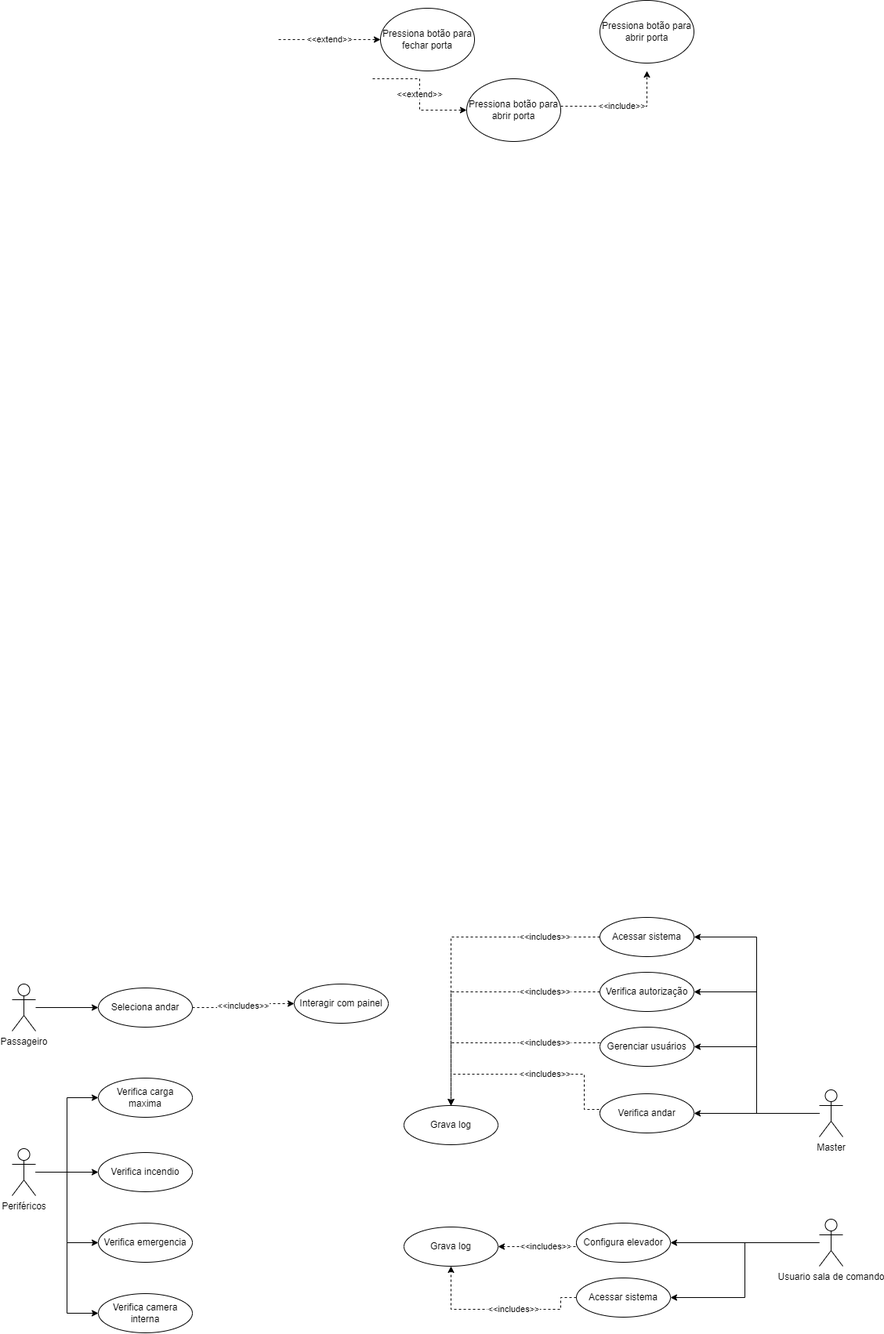
Before: diagramaElevador.drawio.png, a diagram exported from draw.io (EnzoPellegrini/ElevadorProject). Source tidied: cells renumbered, new cells last; positions are measured from the earlier drawing's top-left corner, leaving out a move shared by most shapes. Source of this version:
```xml
<mxGraphModel>
  <root>
    <mxCell id="0" />
    <mxCell id="1" parent="0" />
    <mxCell id="2" style="edgeStyle=orthogonalEdgeStyle;rounded=0;jettySize=auto;html=1;entryX=0;entryY=0.5;entryDx=0;entryDy=0;" parent="1" edge="1" target="15">
      <mxGeometry relative="1" as="geometry">
        <mxPoint x="30" y="1285" as="sourcePoint" />
      </mxGeometry>
    </mxCell>
    <mxCell id="3" value="Passageiro" style="shape=umlActor;verticalLabelPosition=bottom;verticalAlign=top;html=1;" parent="1" vertex="1">
      <mxGeometry y="1255" width="30" height="60" as="geometry" />
    </mxCell>
    <mxCell id="4" value="&amp;lt;&amp;lt;extend&amp;gt;&amp;gt;" style="edgeStyle=orthogonalEdgeStyle;rounded=0;jettySize=auto;html=1;entryX=0;entryY=0.5;entryDx=0;entryDy=0;dashed=1;" parent="1" edge="1" target="5">
      <mxGeometry relative="1" as="geometry">
        <mxPoint x="340" y="50" as="sourcePoint" />
      </mxGeometry>
    </mxCell>
    <mxCell id="5" value="Pressiona botão para fechar porta" style="ellipse;whiteSpace=wrap;html=1;" parent="1" vertex="1">
      <mxGeometry x="470" y="10" width="120" height="80" as="geometry" />
    </mxCell>
    <mxCell id="6" value="Pressiona botão para abrir porta" style="ellipse;whiteSpace=wrap;html=1;" parent="1" vertex="1">
      <mxGeometry x="580" y="100" width="120" height="80" as="geometry" />
    </mxCell>
    <mxCell id="7" value="&amp;lt;&amp;lt;extend&amp;gt;&amp;gt;" style="edgeStyle=orthogonalEdgeStyle;rounded=0;jettySize=auto;html=1;entryX=0;entryY=0.5;entryDx=0;entryDy=0;dashed=1;" parent="1" edge="1" target="6">
      <mxGeometry relative="1" as="geometry">
        <mxPoint x="460" y="100" as="sourcePoint" />
      </mxGeometry>
    </mxCell>
    <mxCell id="8" value="&amp;lt;&amp;lt;include&amp;gt;&amp;gt;" style="edgeStyle=orthogonalEdgeStyle;rounded=0;orthogonalLoop=1;jettySize=auto;html=1;entryX=0;entryY=0.5;entryDx=0;entryDy=0;exitX=1;exitY=0.5;exitDx=0;exitDy=0;dashed=1;" parent="1" edge="1">
      <mxGeometry relative="1" as="geometry">
        <mxPoint x="700" y="135" as="sourcePoint" />
        <mxPoint x="810" y="90" as="targetPoint" />
      </mxGeometry>
    </mxCell>
    <mxCell id="9" value="Pressiona botão para abrir porta" style="ellipse;whiteSpace=wrap;html=1;" parent="1" vertex="1">
      <mxGeometry x="750" width="120" height="80" as="geometry" />
    </mxCell>
    <mxCell id="10" style="edgeStyle=orthogonalEdgeStyle;shape=connector;rounded=0;jettySize=auto;html=1;entryX=1;entryY=0.5;entryDx=0;entryDy=0;labelBackgroundColor=default;strokeColor=default;fontFamily=Helvetica;fontSize=11;fontColor=default;endArrow=classic;" parent="1" edge="1" source="14" target="16">
      <mxGeometry relative="1" as="geometry" />
    </mxCell>
    <mxCell id="11" style="edgeStyle=orthogonalEdgeStyle;shape=connector;rounded=0;jettySize=auto;html=1;entryX=1;entryY=0.5;entryDx=0;entryDy=0;labelBackgroundColor=default;strokeColor=default;fontFamily=Helvetica;fontSize=11;fontColor=default;endArrow=classic;" parent="1" edge="1" source="14" target="21">
      <mxGeometry relative="1" as="geometry" />
    </mxCell>
    <mxCell id="12" style="edgeStyle=orthogonalEdgeStyle;shape=connector;rounded=0;jettySize=auto;html=1;entryX=1;entryY=0.5;entryDx=0;entryDy=0;labelBackgroundColor=default;strokeColor=default;fontFamily=Helvetica;fontSize=11;fontColor=default;endArrow=classic;" parent="1" edge="1" source="14" target="26">
      <mxGeometry relative="1" as="geometry" />
    </mxCell>
    <mxCell id="13" style="edgeStyle=orthogonalEdgeStyle;rounded=0;jettySize=auto;html=1;entryX=1;entryY=0.5;entryDx=0;entryDy=0;" parent="1" edge="1" source="14" target="39">
      <mxGeometry relative="1" as="geometry" />
    </mxCell>
    <mxCell id="14" value="Master" style="shape=umlActor;verticalLabelPosition=bottom;verticalAlign=top;html=1;outlineConnect=0;" parent="1" vertex="1">
      <mxGeometry x="1030" y="1390" width="30" height="60" as="geometry" />
    </mxCell>
    <mxCell id="15" value="Seleciona andar" style="ellipse;whiteSpace=wrap;html=1;" parent="1" vertex="1">
      <mxGeometry x="110" y="1260" width="120" height="50" as="geometry" />
    </mxCell>
    <mxCell id="16" value="Verifica autorização" style="ellipse;whiteSpace=wrap;html=1;" parent="1" vertex="1">
      <mxGeometry x="750" y="1240" width="120" height="50" as="geometry" />
    </mxCell>
    <mxCell id="17" value="Grava log" style="ellipse;whiteSpace=wrap;html=1;" parent="1" vertex="1">
      <mxGeometry x="500" y="1410" width="120" height="50" as="geometry" />
    </mxCell>
    <mxCell id="18" style="edgeStyle=orthogonalEdgeStyle;rounded=0;jettySize=auto;html=1;entryX=1;entryY=0.5;entryDx=0;entryDy=0;" parent="1" edge="1" source="20" target="33">
      <mxGeometry relative="1" as="geometry" />
    </mxCell>
    <mxCell id="19" style="edgeStyle=orthogonalEdgeStyle;rounded=0;jettySize=auto;html=1;entryX=1;entryY=0.5;entryDx=0;entryDy=0;" parent="1" edge="1" source="20" target="41">
      <mxGeometry relative="1" as="geometry" />
    </mxCell>
    <mxCell id="20" value="Usuario sala de comando" style="shape=umlActor;verticalLabelPosition=bottom;verticalAlign=top;html=1;outlineConnect=0;" parent="1" vertex="1">
      <mxGeometry x="1030" y="1555" width="30" height="60" as="geometry" />
    </mxCell>
    <mxCell id="21" value="Gerenciar usuários" style="ellipse;whiteSpace=wrap;html=1;" parent="1" vertex="1">
      <mxGeometry x="750" y="1310" width="120" height="50" as="geometry" />
    </mxCell>
    <mxCell id="22" value="Interagir com painel" style="ellipse;whiteSpace=wrap;html=1;" parent="1" vertex="1">
      <mxGeometry x="360" y="1255" width="120" height="50" as="geometry" />
    </mxCell>
    <mxCell id="23" value="&amp;lt;&amp;lt;includes&amp;gt;&amp;gt;" style="edgeStyle=orthogonalEdgeStyle;rounded=0;jettySize=auto;html=1;dashed=1;exitX=1;exitY=0.5;exitDx=0;exitDy=0;entryX=0;entryY=0.5;entryDx=0;entryDy=0;" parent="1" edge="1" source="15" target="22">
      <mxGeometry relative="1" as="geometry" />
    </mxCell>
    <mxCell id="24" value="&amp;lt;&amp;lt;includes&amp;gt;&amp;gt;" style="edgeStyle=orthogonalEdgeStyle;rounded=0;jettySize=auto;html=1;dashed=1;exitX=0;exitY=0.5;exitDx=0;exitDy=0;entryX=0.5;entryY=0;entryDx=0;entryDy=0;" parent="1" edge="1" source="16" target="17">
      <mxGeometry x="-0.58" relative="1" as="geometry" />
    </mxCell>
    <mxCell id="25" value="&amp;lt;&amp;lt;includes&amp;gt;&amp;gt;" style="edgeStyle=orthogonalEdgeStyle;rounded=0;jettySize=auto;html=1;dashed=1;exitX=0;exitY=0.4;exitDx=0;exitDy=0;entryX=0.5;entryY=0;entryDx=0;entryDy=0;exitPerimeter=0;" parent="1" edge="1" source="21" target="17">
      <mxGeometry x="-0.48" relative="1" as="geometry" />
    </mxCell>
    <mxCell id="26" value="Verifica andar" style="ellipse;whiteSpace=wrap;html=1;" parent="1" vertex="1">
      <mxGeometry x="750" y="1395" width="120" height="50" as="geometry" />
    </mxCell>
    <mxCell id="27" value="&amp;lt;&amp;lt;includes&amp;gt;&amp;gt;" style="edgeStyle=orthogonalEdgeStyle;rounded=0;jettySize=auto;html=1;dashed=1;exitX=0;exitY=0.5;exitDx=0;exitDy=0;entryX=0.5;entryY=0;entryDx=0;entryDy=0;" parent="1" edge="1" source="26" target="17">
      <mxGeometry x="-0.14" relative="1" as="geometry">
        <Array as="points">
          <mxPoint x="750" y="1415" />
          <mxPoint x="730" y="1415" />
          <mxPoint x="730" y="1370" />
          <mxPoint x="560" y="1370" />
        </Array>
      </mxGeometry>
    </mxCell>
    <mxCell id="28" style="edgeStyle=orthogonalEdgeStyle;rounded=0;jettySize=auto;html=1;entryX=0;entryY=0.5;entryDx=0;entryDy=0;" parent="1" edge="1" source="32" target="35">
      <mxGeometry relative="1" as="geometry" />
    </mxCell>
    <mxCell id="29" style="edgeStyle=orthogonalEdgeStyle;rounded=0;jettySize=auto;html=1;entryX=0;entryY=0.5;entryDx=0;entryDy=0;" parent="1" edge="1" source="32" target="36">
      <mxGeometry relative="1" as="geometry">
        <Array as="points">
          <mxPoint x="70" y="1495" />
          <mxPoint x="70" y="1585" />
        </Array>
      </mxGeometry>
    </mxCell>
    <mxCell id="30" style="edgeStyle=orthogonalEdgeStyle;rounded=0;jettySize=auto;html=1;entryX=0;entryY=0.5;entryDx=0;entryDy=0;" parent="1" edge="1" source="32" target="34">
      <mxGeometry relative="1" as="geometry" />
    </mxCell>
    <mxCell id="31" style="edgeStyle=orthogonalEdgeStyle;rounded=0;jettySize=auto;html=1;entryX=0;entryY=0.5;entryDx=0;entryDy=0;" parent="1" edge="1" source="32" target="43">
      <mxGeometry relative="1" as="geometry" />
    </mxCell>
    <mxCell id="32" value="Periféricos" style="shape=umlActor;verticalLabelPosition=bottom;verticalAlign=top;html=1;outlineConnect=0;" parent="1" vertex="1">
      <mxGeometry y="1465" width="30" height="60" as="geometry" />
    </mxCell>
    <mxCell id="33" value="Configura elevador" style="ellipse;whiteSpace=wrap;html=1;" parent="1" vertex="1">
      <mxGeometry x="720" y="1560" width="120" height="50" as="geometry" />
    </mxCell>
    <mxCell id="34" value="Verifica carga maxima" style="ellipse;whiteSpace=wrap;html=1;" parent="1" vertex="1">
      <mxGeometry x="110" y="1375" width="120" height="50" as="geometry" />
    </mxCell>
    <mxCell id="35" value="Verifica incendio" style="ellipse;whiteSpace=wrap;html=1;" parent="1" vertex="1">
      <mxGeometry x="110" y="1470" width="120" height="50" as="geometry" />
    </mxCell>
    <mxCell id="36" value="Verifica emergencia" style="ellipse;whiteSpace=wrap;html=1;" parent="1" vertex="1">
      <mxGeometry x="110" y="1560" width="120" height="50" as="geometry" />
    </mxCell>
    <mxCell id="37" value="Grava log" style="ellipse;whiteSpace=wrap;html=1;" parent="1" vertex="1">
      <mxGeometry x="500" y="1565" width="120" height="50" as="geometry" />
    </mxCell>
    <mxCell id="38" value="&amp;lt;&amp;lt;includes&amp;gt;&amp;gt;" style="edgeStyle=orthogonalEdgeStyle;rounded=0;jettySize=auto;html=1;dashed=1;exitX=0;exitY=0.5;exitDx=0;exitDy=0;entryX=1;entryY=0.5;entryDx=0;entryDy=0;" parent="1" edge="1" source="33" target="37">
      <mxGeometry x="-0.19" relative="1" as="geometry">
        <Array as="points">
          <mxPoint x="720" y="1590" />
        </Array>
        <mxPoint x="-1" as="offset" />
      </mxGeometry>
    </mxCell>
    <mxCell id="39" value="Acessar sistema" style="ellipse;whiteSpace=wrap;html=1;" parent="1" vertex="1">
      <mxGeometry x="750" y="1170" width="120" height="50" as="geometry" />
    </mxCell>
    <mxCell id="40" value="&amp;lt;&amp;lt;includes&amp;gt;&amp;gt;" style="edgeStyle=orthogonalEdgeStyle;rounded=0;jettySize=auto;html=1;dashed=1;exitX=0;exitY=0.5;exitDx=0;exitDy=0;" parent="1" edge="1" source="39">
      <mxGeometry x="-0.65" relative="1" as="geometry">
        <mxPoint x="560" y="1410" as="targetPoint" />
      </mxGeometry>
    </mxCell>
    <mxCell id="41" value="Acessar sistema" style="ellipse;whiteSpace=wrap;html=1;" parent="1" vertex="1">
      <mxGeometry x="720" y="1630" width="120" height="50" as="geometry" />
    </mxCell>
    <mxCell id="42" value="&amp;lt;&amp;lt;includes&amp;gt;&amp;gt;" style="edgeStyle=orthogonalEdgeStyle;rounded=0;jettySize=auto;html=1;dashed=1;exitX=0;exitY=0.5;exitDx=0;exitDy=0;entryX=0.5;entryY=1;entryDx=0;entryDy=0;" parent="1" edge="1" source="41" target="37">
      <mxGeometry x="-0.19" relative="1" as="geometry">
        <Array as="points">
          <mxPoint x="700" y="1655" />
          <mxPoint x="700" y="1670" />
          <mxPoint x="560" y="1670" />
        </Array>
        <mxPoint x="-1" as="offset" />
      </mxGeometry>
    </mxCell>
    <mxCell id="43" value="Verifica camera interna" style="ellipse;whiteSpace=wrap;html=1;" parent="1" vertex="1">
      <mxGeometry x="110" y="1650" width="120" height="50" as="geometry" />
    </mxCell>
  </root>
</mxGraphModel>
```
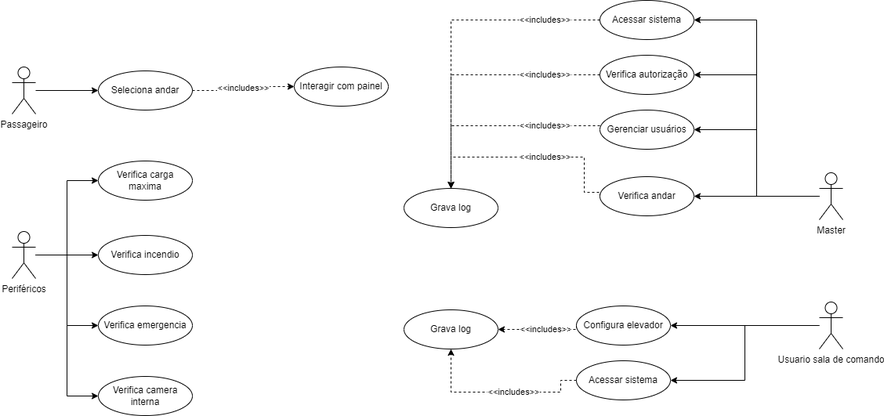
Above is the later version.

The edit, as a diff of the source:
```diff
@@ -10,31 +10,6 @@
     <mxCell id="3" value="Passageiro" style="shape=umlActor;verticalLabelPosition=bottom;verticalAlign=top;html=1;" parent="1" vertex="1">
       <mxGeometry y="1255" width="30" height="60" as="geometry" />
     </mxCell>
-    <mxCell id="4" value="&amp;lt;&amp;lt;extend&amp;gt;&amp;gt;" style="edgeStyle=orthogonalEdgeStyle;rounded=0;jettySize=auto;html=1;entryX=0;entryY=0.5;entryDx=0;entryDy=0;dashed=1;" parent="1" edge="1" target="5">
-      <mxGeometry relative="1" as="geometry">
-        <mxPoint x="340" y="50" as="sourcePoint" />
-      </mxGeometry>
-    </mxCell>
-    <mxCell id="5" value="Pressiona botão para fechar porta" style="ellipse;whiteSpace=wrap;html=1;" parent="1" vertex="1">
-      <mxGeometry x="470" y="10" width="120" height="80" as="geometry" />
-    </mxCell>
-    <mxCell id="6" value="Pressiona botão para abrir porta" style="ellipse;whiteSpace=wrap;html=1;" parent="1" vertex="1">
-      <mxGeometry x="580" y="100" width="120" height="80" as="geometry" />
-    </mxCell>
-    <mxCell id="7" value="&amp;lt;&amp;lt;extend&amp;gt;&amp;gt;" style="edgeStyle=orthogonalEdgeStyle;rounded=0;jettySize=auto;html=1;entryX=0;entryY=0.5;entryDx=0;entryDy=0;dashed=1;" parent="1" edge="1" target="6">
-      <mxGeometry relative="1" as="geometry">
-        <mxPoint x="460" y="100" as="sourcePoint" />
-      </mxGeometry>
-    </mxCell>
-    <mxCell id="8" value="&amp;lt;&amp;lt;include&amp;gt;&amp;gt;" style="edgeStyle=orthogonalEdgeStyle;rounded=0;orthogonalLoop=1;jettySize=auto;html=1;entryX=0;entryY=0.5;entryDx=0;entryDy=0;exitX=1;exitY=0.5;exitDx=0;exitDy=0;dashed=1;" parent="1" edge="1">
-      <mxGeometry relative="1" as="geometry">
-        <mxPoint x="700" y="135" as="sourcePoint" />
-        <mxPoint x="810" y="90" as="targetPoint" />
-      </mxGeometry>
-    </mxCell>
-    <mxCell id="9" value="Pressiona botão para abrir porta" style="ellipse;whiteSpace=wrap;html=1;" parent="1" vertex="1">
-      <mxGeometry x="750" width="120" height="80" as="geometry" />
-    </mxCell>
     <mxCell id="10" style="edgeStyle=orthogonalEdgeStyle;shape=connector;rounded=0;jettySize=auto;html=1;entryX=1;entryY=0.5;entryDx=0;entryDy=0;labelBackgroundColor=default;strokeColor=default;fontFamily=Helvetica;fontSize=11;fontColor=default;endArrow=classic;" parent="1" edge="1" source="14" target="16">
       <mxGeometry relative="1" as="geometry" />
     </mxCell>
```
